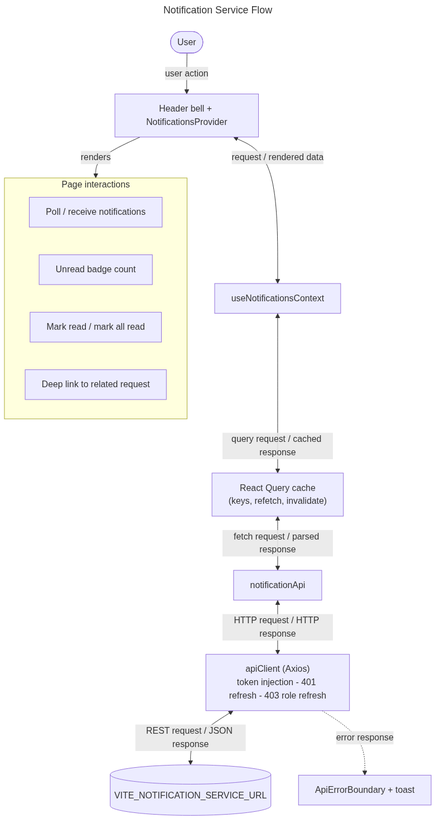
Above: docs/flowcharts/png/notifications.png in sayeeduddinofficial/user-table-view (Mermaid), before the change. Its source is kept beside it as docs/flowcharts/notifications.mmd.
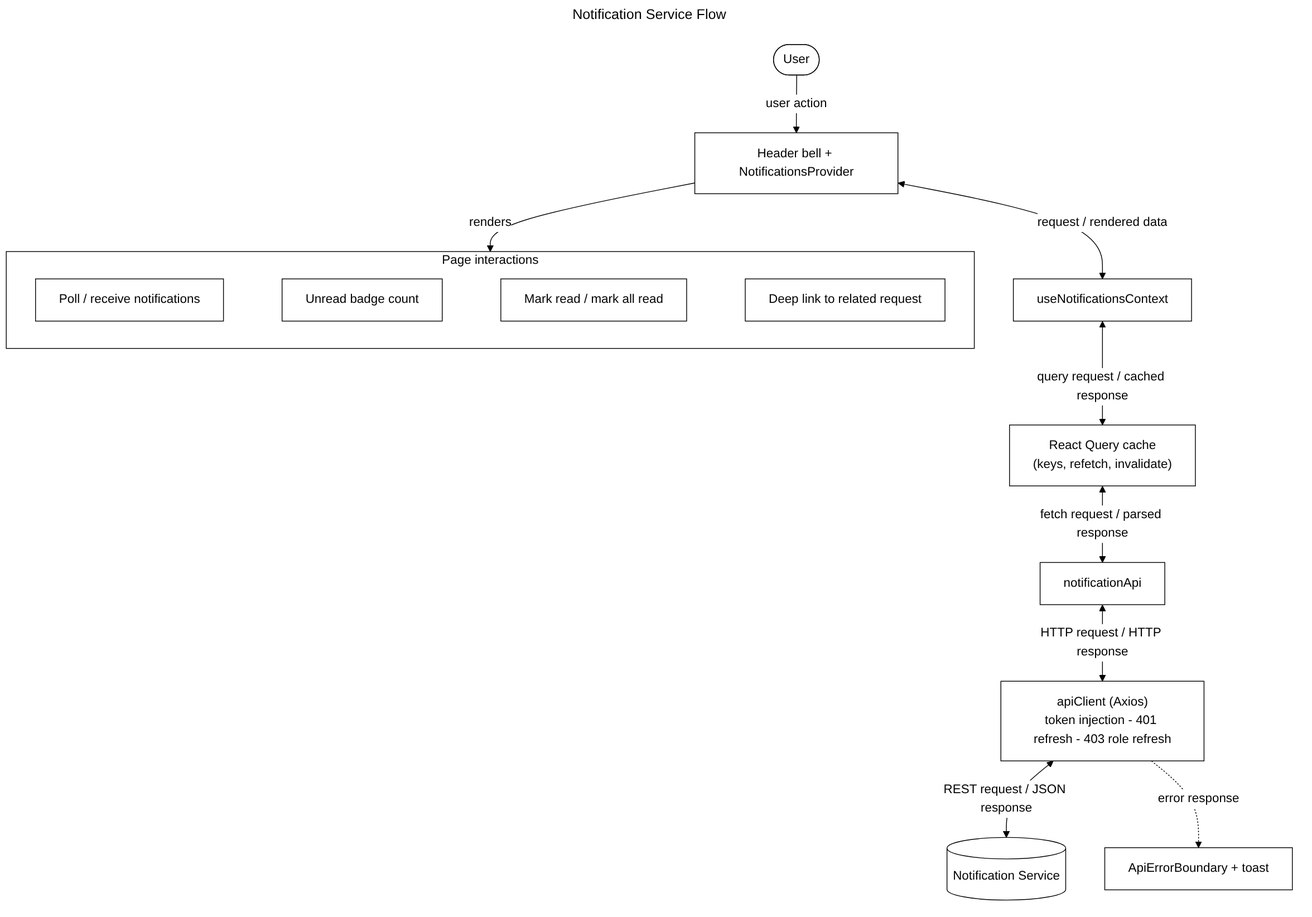
Later version of the same file.

Change to the diagram source:
```diff
@@ -7,12 +7,14 @@
   H <-->|"query request / cached response"| Q["React Query cache<br/>(keys, refetch, invalidate)"]
   Q <-->|"fetch request / parsed response"| A["notificationApi"]
   A <-->|"HTTP request / HTTP response"| C["apiClient (Axios)<br/>token injection - 401 refresh - 403 role refresh"]
-  C <-->|"REST request / JSON response"| S[("VITE_NOTIFICATION_SERVICE_URL")]
+  C <-->|"REST request / JSON response"| S[("Notification Service")]
   P -->|"renders"| UI
   subgraph UI[Page interactions]
+    direction LR
     S0["Poll / receive notifications"]
     S1["Unread badge count"]
     S2["Mark read / mark all read"]
     S3["Deep link to related request"]
+    S0 ~~~ S1 ~~~ S2 ~~~ S3
   end
   C -. "error response" .-> E["ApiErrorBoundary + toast"]
```
